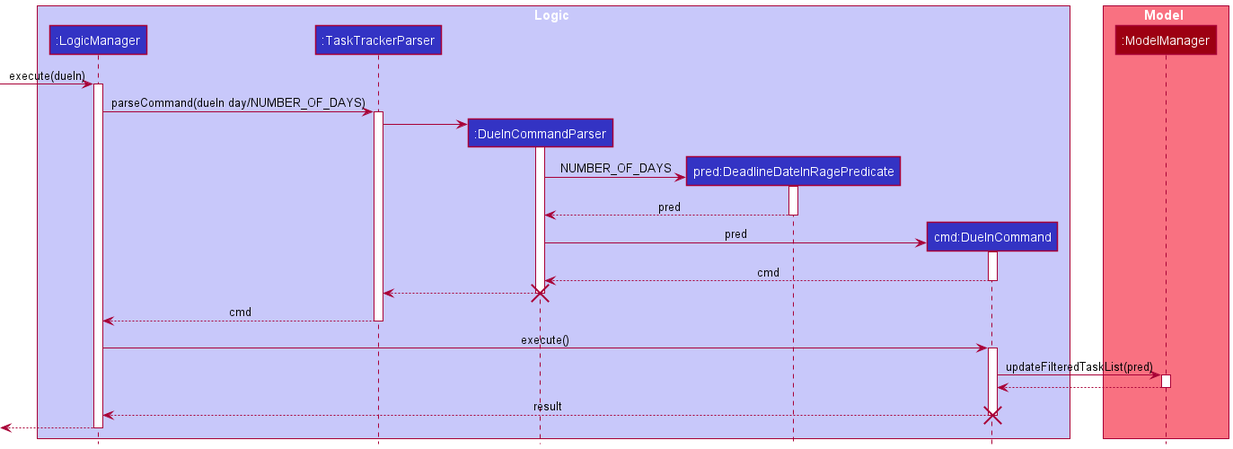
This is docs/images/DueInSequenceDiagram.png from nus-cs2103-AY2021S2/tp, a PlantUML export, as it was before one commit.
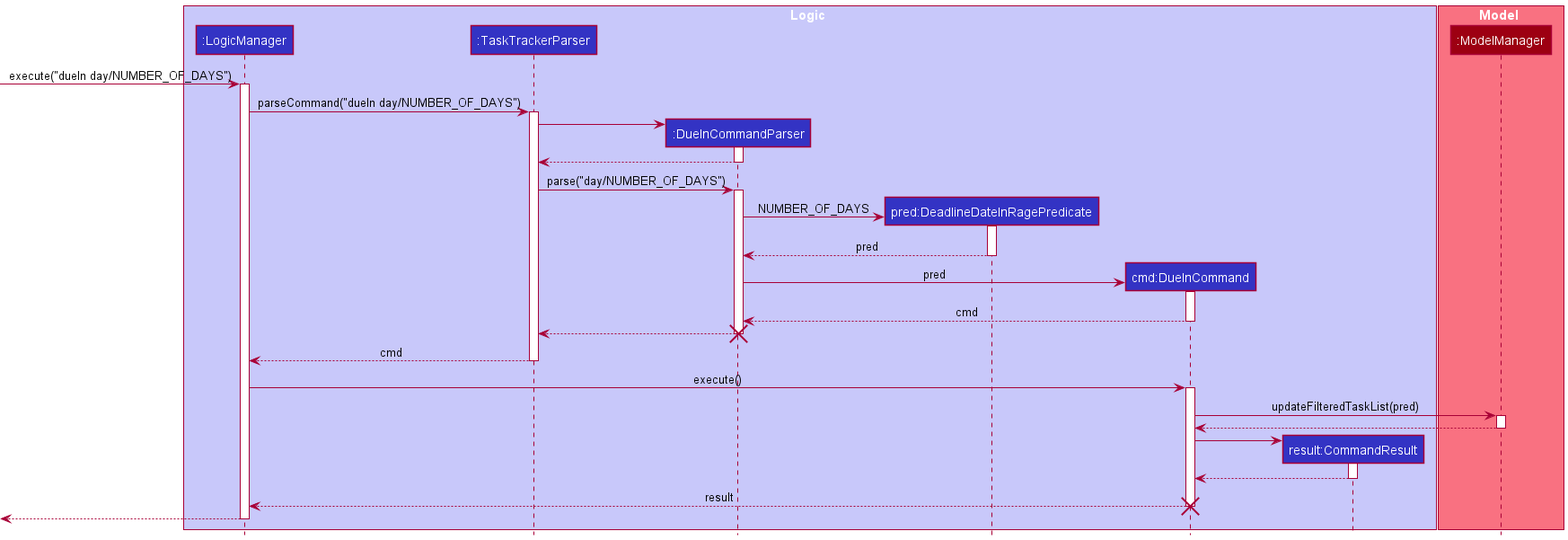
After the change.

Commit message:
update logic api sequence diagram

The edit, as a diff of the source:
```diff
@@ -7,19 +7,26 @@
 participant ":DueInCommandParser" as DueInCommandParser LOGIC_COLOR
 participant "pred:DeadlineDateInRagePredicate" as DeadlineDateInRagePredicate LOGIC_COLOR
 participant "cmd:DueInCommand" as DueInCommand LOGIC_COLOR
+participant "result:CommandResult" as CommandResult LOGIC_COLOR
 end box
 
 box Model MODEL_COLOR_T1
 participant ":ModelManager" as ModelManager MODEL_COLOR
 end box
-[-> LogicManager : execute(dueIn)
+[-> LogicManager : execute("dueIn day/NUMBER_OF_DAYS")
 activate LogicManager
 
-LogicManager -> TaskTrackerParser : parseCommand(dueIn day/NUMBER_OF_DAYS)
+LogicManager -> TaskTrackerParser : parseCommand("dueIn day/NUMBER_OF_DAYS")
 activate TaskTrackerParser
 
 create DueInCommandParser
 TaskTrackerParser -> DueInCommandParser
+activate DueInCommandParser
+
+DueInCommandParser --> TaskTrackerParser
+deactivate DueInCommandParser
+
+TaskTrackerParser -> DueInCommandParser : parse("day/NUMBER_OF_DAYS")
 activate DueInCommandParser
 create DeadlineDateInRagePredicate
 DueInCommandParser -> DeadlineDateInRagePredicate : NUMBER_OF_DAYS
@@ -46,6 +53,14 @@
 
 ModelManager --> DueInCommand
 deactivate ModelManager
+
+create CommandResult
+DueInCommand -> CommandResult
+activate CommandResult
+
+CommandResult --> DueInCommand
+deactivate CommandResult
+
 DueInCommand --> LogicManager : result
 destroy DueInCommand
 
```
